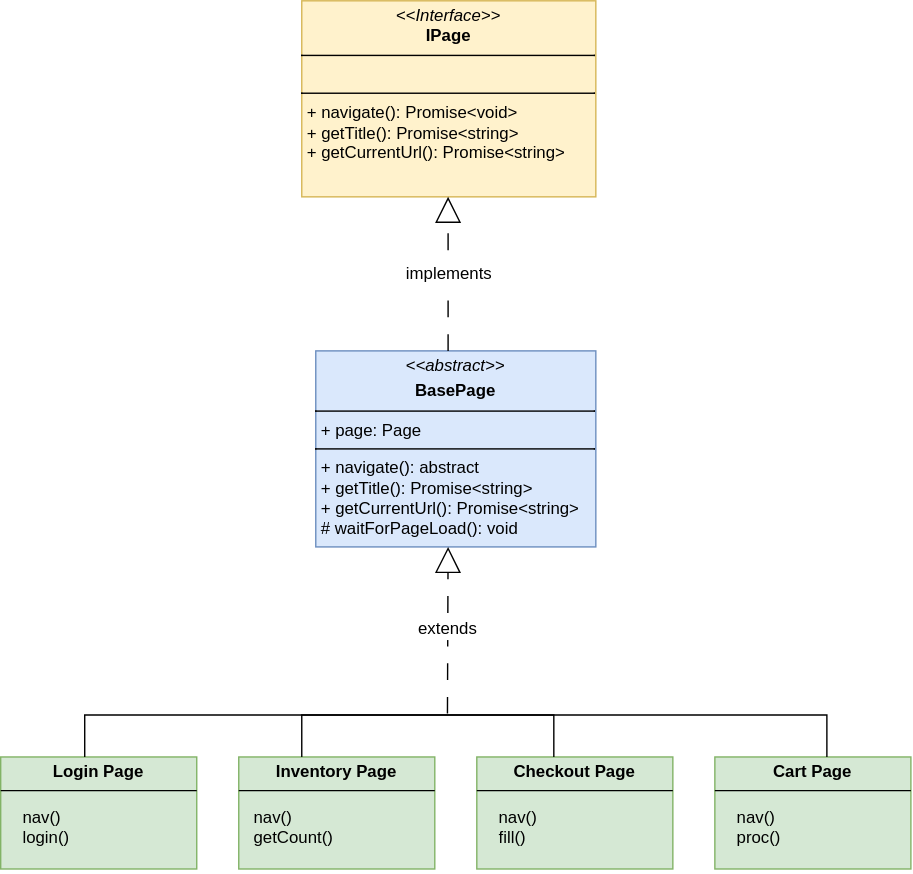
Before: docs/design/diagrams/03-page-object-hierarchy.svg, a diagram exported from draw.io (sashika-hsg/qa-automation-portfolio). Source tidied: cells renumbered, new cells last; positions are measured from the earlier drawing's top-left corner, leaving out a move shared by most shapes.
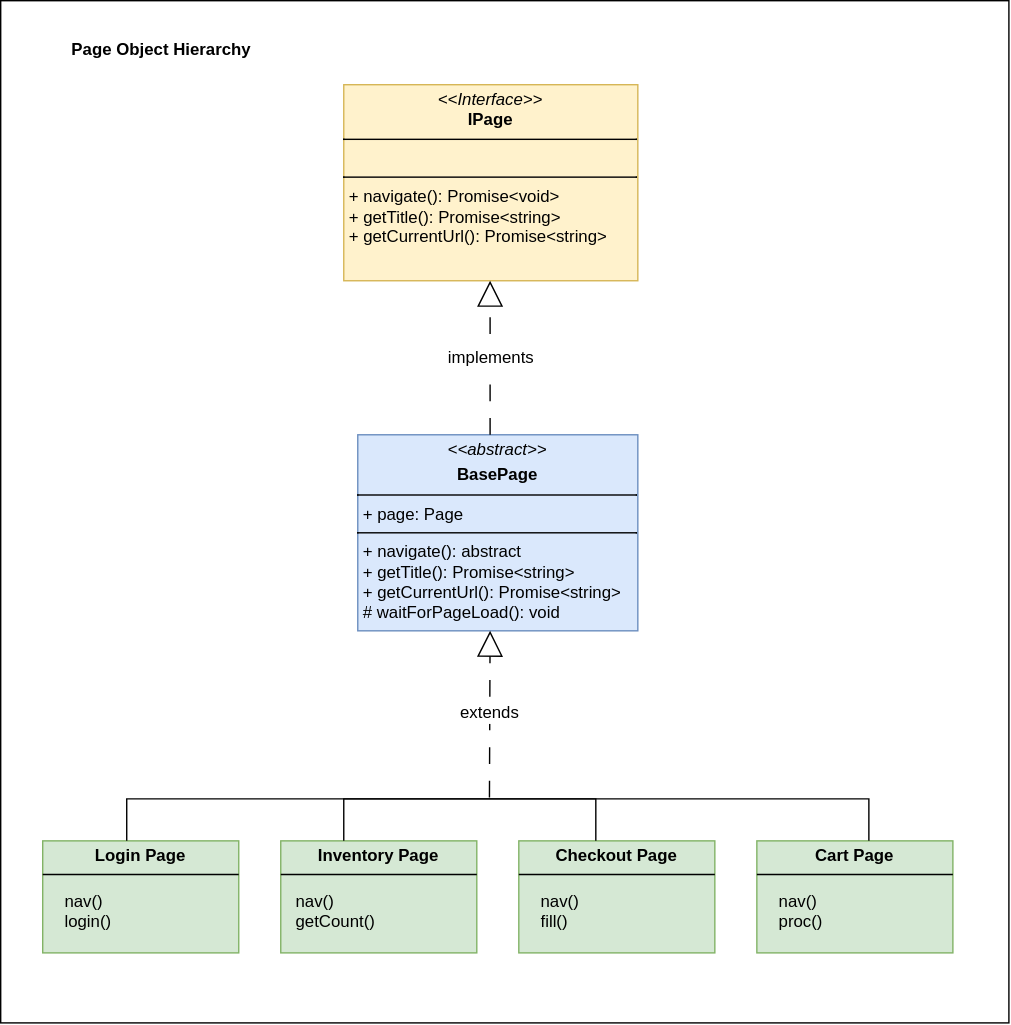
After the commit.

Diff of the diagram source:
```diff
@@ -2,6 +2,9 @@
   <root>
     <mxCell id="0" />
     <mxCell id="1" parent="0" />
+    <mxCell id="20" style="rounded=0;whiteSpace=wrap;html=1;" parent="1" vertex="1">
+      <mxGeometry x="-30" y="-60" width="720" height="730" as="geometry" />
+    </mxCell>
     <mxCell id="2" value="&lt;p style=&quot;margin:0px;margin-top:4px;text-align:center;&quot;&gt;&lt;i&gt;&amp;lt;&amp;lt;Interface&amp;gt;&amp;gt;&lt;/i&gt;&lt;br&gt;&lt;b&gt;IPage&lt;/b&gt;&lt;/p&gt;&lt;hr size=&quot;1&quot; style=&quot;border-style:solid;&quot;&gt;&lt;p style=&quot;margin:0px;margin-left:4px;&quot;&gt;&lt;br&gt;&lt;/p&gt;&lt;hr size=&quot;1&quot; style=&quot;border-style:solid;&quot;&gt;&lt;p style=&quot;margin:0px;margin-left:4px;&quot;&gt;+ navigate(): Promise&amp;lt;void&amp;gt;&lt;/p&gt;&lt;p style=&quot;margin:0px;margin-left:4px;&quot;&gt;+ getTitle(): Promise&amp;lt;string&amp;gt;&amp;nbsp;&lt;/p&gt;&lt;p style=&quot;margin:0px;margin-left:4px;&quot;&gt;+ getCurrentUrl(): Promise&amp;lt;string&amp;gt;&lt;/p&gt;" style="verticalAlign=top;align=left;overflow=fill;html=1;whiteSpace=wrap;fillColor=#fff2cc;strokeColor=#d6b656;" parent="1" vertex="1">
       <mxGeometry x="215" width="210" height="140" as="geometry" />
     </mxCell>
@@ -61,5 +64,8 @@
     <mxCell id="19" style="strokeWidth=1;html=1;shape=mxgraph.flowchart.annotation_1;align=left;rotation=90;" parent="1" vertex="1">
       <mxGeometry x="290" y="435" width="30" height="180" as="geometry" />
     </mxCell>
+    <mxCell id="21" value="&lt;b&gt;Page Object Hierarchy&lt;/b&gt;" style="text;html=1;whiteSpace=wrap;strokeColor=none;fillColor=none;align=center;verticalAlign=middle;rounded=0;" parent="1" vertex="1">
+      <mxGeometry x="10" y="-40" width="150" height="30" as="geometry" />
+    </mxCell>
   </root>
 </mxGraphModel>
```
